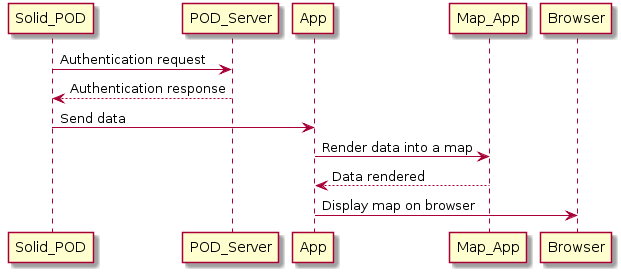
Earlier version of the PlantUML export src/docs/images/06_Run_scenario1.png (Arquisoft/viade_es3b).
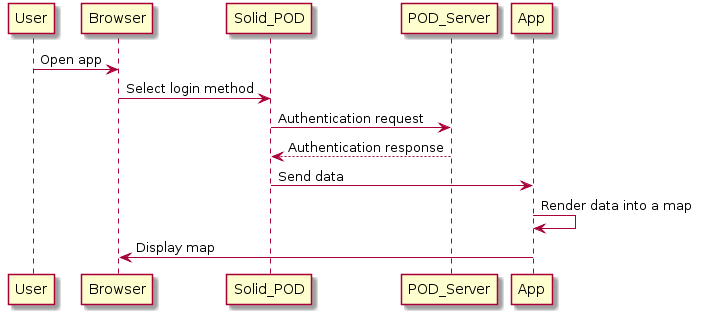
Later version of the same file.

Commit message:
Added new run scenario and deleted warnings

Diff of the diagram source:
```diff
@@ -1,10 +1,11 @@
 @startuml
+User -> Browser: Open app
+Browser -> Solid_POD: Select login method
+
 Solid_POD -> POD_Server: Authentication request
 Solid_POD <-- POD_Server: Authentication response
+Solid_POD -> App: Send data
 
-Solid_POD -> App : Send data
-App -> Map_App : Render data into a map
-App <-- Map_App : Data rendered
-
-App -> Browser : Display map on browser
+App -> App: Render data into a map
+App -> Browser: Display map
 @enduml
```
